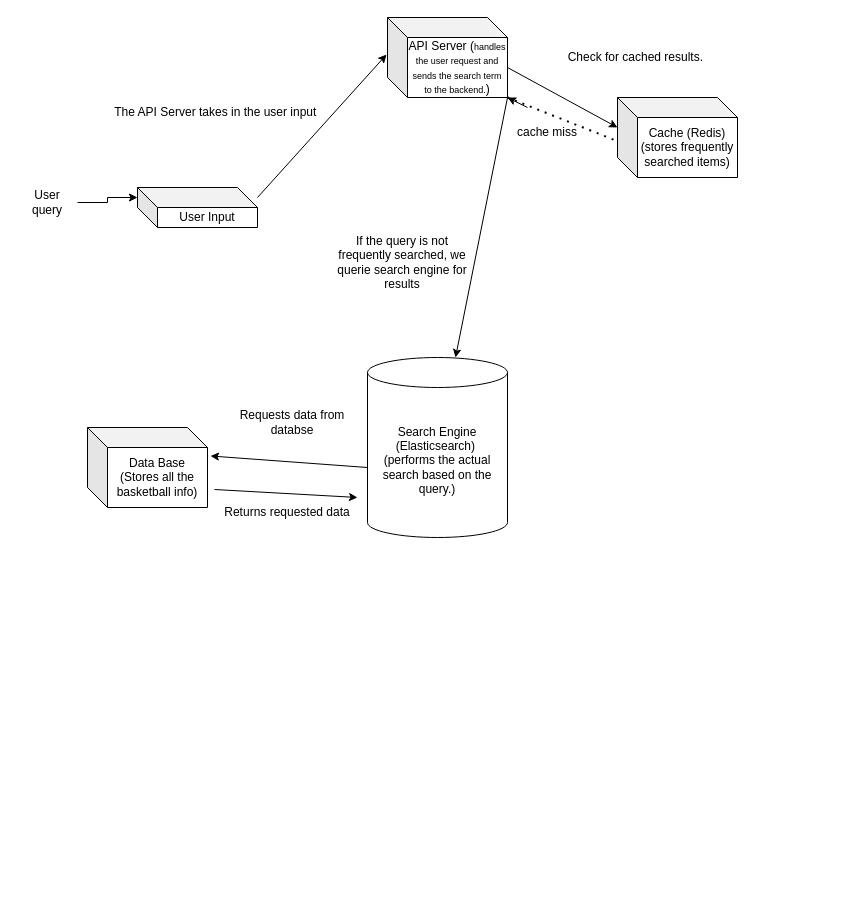
This is Untitled Diagram.drawio from tonycao777/okc, a draw.io file, before an edit. Source tidied: cells renumbered, new cells numbered last; positions are measured from the earlier drawing's top-left corner, leaving out a move shared by most shapes. Both pictures are drawn from the tidied source at 100%, with x=0, y=0 at pixel (17, 17).
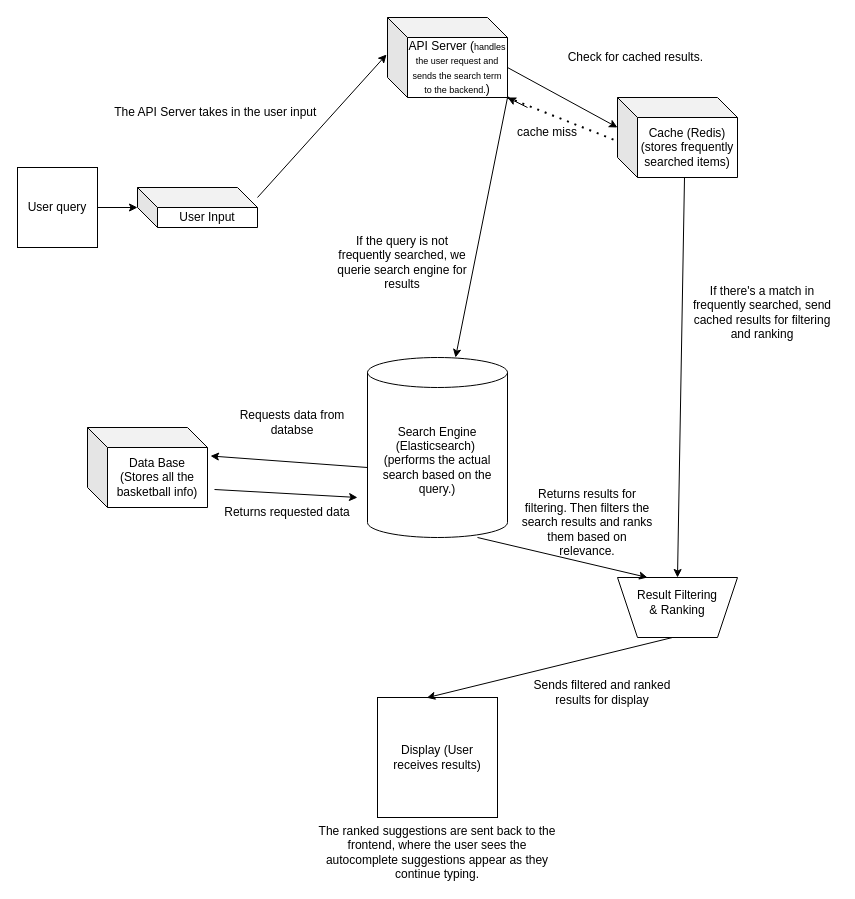
Above is the later version.

Unchanged cells that the change refers to:
```xml
<mxCell id="2" value="User Input" style="shape=cube;whiteSpace=wrap;html=1;boundedLbl=1;backgroundOutline=1;darkOpacity=0.05;darkOpacity2=0.1;" parent="1" vertex="1">
  <mxGeometry x="120" y="170" width="120" height="40" as="geometry" />
</mxCell>
```

Diff of the diagram source:
```diff
@@
-    <mxCell id="6" value="User query" style="text;html=1;align=center;verticalAlign=middle;whiteSpace=wrap;rounded=0;" parent="1" vertex="1">
-      <mxGeometry y="170" width="60" height="30" as="geometry" />
-    </mxCell>
-    <mxCell id="7" style="edgeStyle=orthogonalEdgeStyle;rounded=0;jettySize=auto;html=1;exitX=1;exitY=0.5;exitDx=0;exitDy=0;entryX=0;entryY=0;entryDx=0;entryDy=10;entryPerimeter=0;" parent="1" edge="1" source="6" target="2">
-      <mxGeometry relative="1" as="geometry">
-        <Array as="points">
-          <mxPoint x="90" y="185" />
-          <mxPoint x="90" y="180" />
-        </Array>
-      </mxGeometry>
-    </mxCell>
@@
+    <mxCell id="22" style="shape=trapezoid;perimeter=trapezoidPerimeter;whiteSpace=wrap;html=1;fixedSize=1;rotation=-180;" parent="1" vertex="1">
+      <mxGeometry x="600" y="560" width="120" height="60" as="geometry" />
+    </mxCell>
+    <mxCell id="23" value="Result Filtering &amp;amp; Ranking" style="text;html=1;align=center;verticalAlign=middle;whiteSpace=wrap;rounded=0;" parent="1" vertex="1">
+      <mxGeometry x="615" y="570" width="90" height="30" as="geometry" />
+    </mxCell>
+    <mxCell id="24" style="endArrow=classic;html=1;rounded=0;entryX=0.75;entryY=1;entryDx=0;entryDy=0;" parent="1" edge="1" target="22">
+      <mxGeometry relative="1" as="geometry">
+        <mxPoint x="460" y="520" as="sourcePoint" />
+      </mxGeometry>
+    </mxCell>
+    <mxCell id="25" value="Returns results for filtering. Then filters the search results and ranks them based on relevance." style="text;html=1;align=center;verticalAlign=middle;whiteSpace=wrap;rounded=0;" parent="1" vertex="1">
+      <mxGeometry x="500" y="490" width="140" height="30" as="geometry" />
+    </mxCell>
+    <mxCell id="26" style="endArrow=classic;html=1;rounded=0;entryX=0.5;entryY=1;entryDx=0;entryDy=0;" parent="1" edge="1" target="22">
+      <mxGeometry relative="1" as="geometry">
+        <mxPoint x="667" y="160" as="sourcePoint" />
+      </mxGeometry>
+    </mxCell>
+    <mxCell id="27" value="If there's a match in frequently searched, send cached results for filtering and ranking" style="text;html=1;align=center;verticalAlign=middle;whiteSpace=wrap;rounded=0;" parent="1" vertex="1">
+      <mxGeometry x="670" y="280" width="150" height="30" as="geometry" />
+    </mxCell>
+    <mxCell id="28" value="Display (User receives results)" style="whiteSpace=wrap;html=1;" parent="1" vertex="1">
+      <mxGeometry x="360" y="680" width="120" height="120" as="geometry" />
+    </mxCell>
+    <mxCell id="29" style="endArrow=classic;html=1;rounded=0;entryX=0.411;entryY=0.002;entryDx=0;entryDy=0;entryPerimeter=0;" parent="1" edge="1" target="28">
+      <mxGeometry relative="1" as="geometry">
+        <mxPoint x="655" y="620" as="sourcePoint" />
+      </mxGeometry>
+    </mxCell>
+    <mxCell id="6" value="User query" style="whiteSpace=wrap;html=1;" parent="1" vertex="1">
+      <mxGeometry y="150" width="80" height="80" as="geometry" />
+    </mxCell>
+    <mxCell id="7" style="edgeStyle=orthogonalEdgeStyle;rounded=0;jettySize=auto;html=1;exitX=1;exitY=0.5;exitDx=0;exitDy=0;entryX=0;entryY=0;entryDx=0;entryDy=20;entryPerimeter=0;" parent="1" edge="1" source="6" target="2">
+      <mxGeometry relative="1" as="geometry" />
+    </mxCell>
+    <mxCell id="30" value="Sends filtered and ranked results for display" style="text;html=1;align=center;verticalAlign=middle;whiteSpace=wrap;rounded=0;" parent="1" vertex="1">
+      <mxGeometry x="510" y="660" width="150" height="30" as="geometry" />
+    </mxCell>
+    <mxCell id="31" value="The ranked suggestions are sent back to the frontend, where the user sees the autocomplete suggestions appear as they continue typing." style="text;html=1;align=center;verticalAlign=middle;whiteSpace=wrap;rounded=0;" parent="1" vertex="1">
+      <mxGeometry x="295" y="820" width="250" height="30" as="geometry" />
+    </mxCell>
```
